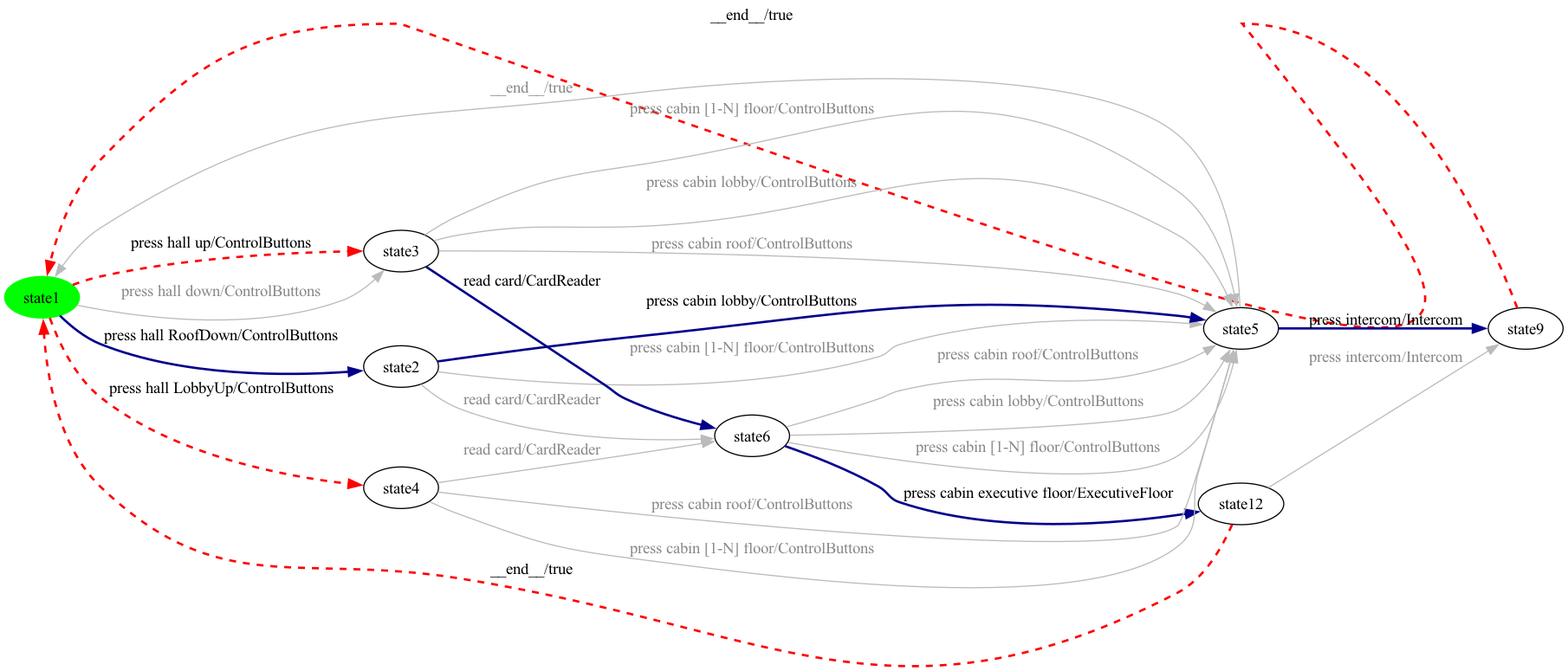
Earlier version of the Graphviz export milestone-reports/per-product-all-states/Elevator/Elevator-product29-walk.png (dilekozturk93/vibes). Its source is kept beside it as milestone-reports/per-product-all-states/Elevator/Elevator-product29-walk.dot.
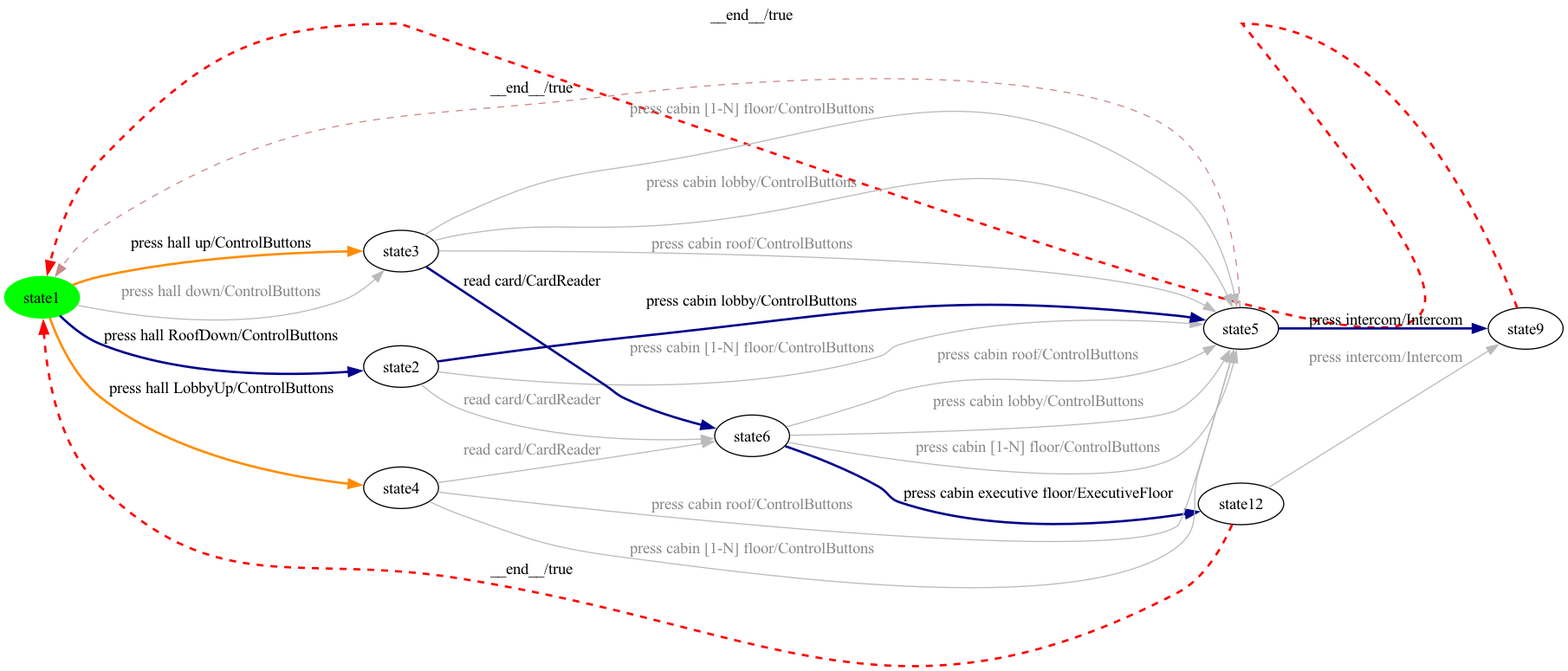
After the change.

The edit, as a diff of the source:
```diff
@@ -14,7 +14,7 @@
 state1 -> state0 [ label=" __end__/true ", style=dashed, color=red, penwidth=2 ];
 state0 -> state5 [ label=" press hall RoofDown/ControlButtons ", style=bold, color=darkblue, penwidth=2 ];
 state3 -> state1 [ label=" press intercom/Intercom ", style=bold, color=darkblue, penwidth=2 ];
-state0 -> state7 [ label=" press hall up/ControlButtons ", style=dashed, color=red, penwidth=2 ];
+state0 -> state7 [ label=" press hall up/ControlButtons ", style=bold, color=darkorange, penwidth=2 ];
 state6 -> state3 [ label=" press cabin roof/ControlButtons ", color="#bbbbbb", fontcolor="#888888" ];
 state7 -> state2 [ label=" read card/CardReader ", style=bold, color=darkblue, penwidth=2 ];
 state5 -> state3 [ label=" press cabin [1-N] floor/ControlButtons ", color="#bbbbbb", fontcolor="#888888" ];
@@ -28,7 +28,7 @@
 state5 -> state2 [ label=" read card/CardReader ", color="#bbbbbb", fontcolor="#888888" ];
 state0 -> state7 [ label=" press hall down/ControlButtons ", color="#bbbbbb", fontcolor="#888888" ];
 state5 -> state3 [ label=" press cabin lobby/ControlButtons ", style=bold, color=darkblue, penwidth=2 ];
-state0 -> state6 [ label=" press hall LobbyUp/ControlButtons ", style=dashed, color=red, penwidth=2 ];
+state0 -> state6 [ label=" press hall LobbyUp/ControlButtons ", style=bold, color=darkorange, penwidth=2 ];
 state7 -> state3 [ label=" press cabin [1-N] floor/ControlButtons ", color="#bbbbbb", fontcolor="#888888" ];
-state3 -> state0 [ label=" __end__/true ", color="#bbbbbb", fontcolor="#888888" ];
+state3 -> state0 [ label=" __end__/true ", style=dashed, color="#cc8888" ];
 }
```
